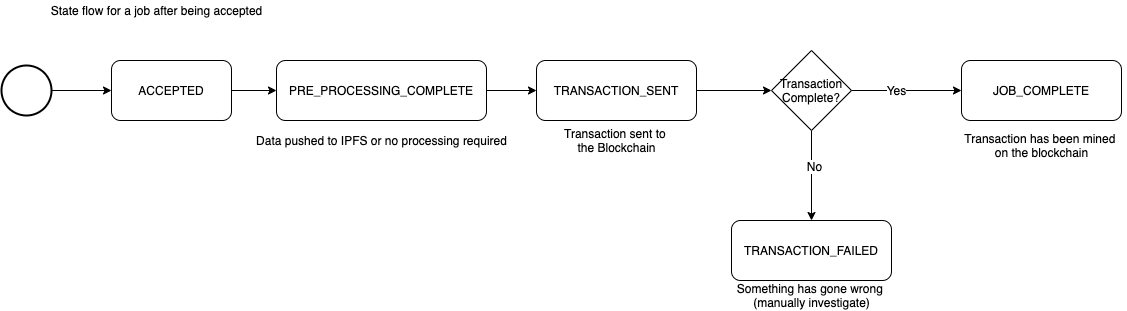
Before: documents/job/Job State Flow.png, a diagram exported from draw.io (blockrockettech/tokenlandia-api). Source tidied: cells renumbered, new cells last; positions are measured from the earlier drawing's top-left corner, leaving out a move shared by most shapes. Its diagram source:
```xml
<mxGraphModel>
  <root>
    <mxCell id="0" />
    <mxCell id="1" parent="0" />
    <mxCell id="2" style="edgeStyle=orthogonalEdgeStyle;rounded=0;jettySize=auto;html=1;entryX=0;entryY=0.5;entryDx=0;entryDy=0;" parent="1" edge="1" source="3" target="5">
      <mxGeometry relative="1" as="geometry" />
    </mxCell>
    <mxCell id="3" value="ACCEPTED" style="rounded=1;whiteSpace=wrap;html=1;" parent="1" vertex="1">
      <mxGeometry x="110" y="60" width="120" height="60" as="geometry" />
    </mxCell>
    <mxCell id="4" style="edgeStyle=orthogonalEdgeStyle;rounded=0;jettySize=auto;html=1;entryX=0;entryY=0.5;entryDx=0;entryDy=0;" parent="1" edge="1" source="5" target="7">
      <mxGeometry relative="1" as="geometry" />
    </mxCell>
    <mxCell id="5" value="PRE_PROCESSING_COMPLETE" style="rounded=1;whiteSpace=wrap;html=1;" parent="1" vertex="1">
      <mxGeometry x="275" y="60" width="210" height="60" as="geometry" />
    </mxCell>
    <mxCell id="6" style="edgeStyle=orthogonalEdgeStyle;rounded=0;jettySize=auto;html=1;entryX=0;entryY=0.5;entryDx=0;entryDy=0;" parent="1" edge="1" source="7" target="19">
      <mxGeometry relative="1" as="geometry" />
    </mxCell>
    <mxCell id="7" value="TRANSACTION_SENT" style="rounded=1;whiteSpace=wrap;html=1;" parent="1" vertex="1">
      <mxGeometry x="535" y="60" width="160" height="60" as="geometry" />
    </mxCell>
    <mxCell id="8" value="State flow for a job after being accepted" style="text;html=1;align=center;verticalAlign=middle;" parent="1" vertex="1">
      <mxGeometry x="40" width="230" height="20" as="geometry" />
    </mxCell>
    <mxCell id="9" value="JOB_COMPLETE" style="rounded=1;whiteSpace=wrap;html=1;" parent="1" vertex="1">
      <mxGeometry x="960" y="60" width="160" height="60" as="geometry" />
    </mxCell>
    <mxCell id="10" style="edgeStyle=orthogonalEdgeStyle;rounded=0;jettySize=auto;html=1;entryX=0;entryY=0.5;entryDx=0;entryDy=0;" parent="1" edge="1" source="11" target="3">
      <mxGeometry relative="1" as="geometry" />
    </mxCell>
    <mxCell id="11" style="strokeWidth=2;html=1;shape=mxgraph.flowchart.start_2;whiteSpace=wrap;" parent="1" vertex="1">
      <mxGeometry y="65" width="50" height="50" as="geometry" />
    </mxCell>
    <mxCell id="12" value="Data pushed to IPFS or no processing required" style="text;html=1;align=center;verticalAlign=middle;" parent="1" vertex="1">
      <mxGeometry x="245" y="130" width="270" height="20" as="geometry" />
    </mxCell>
    <mxCell id="13" value="Transaction sent to&amp;nbsp;&lt;br&gt;the Blockchain" style="text;html=1;align=center;verticalAlign=middle;" parent="1" vertex="1">
      <mxGeometry x="555" y="125" width="120" height="30" as="geometry" />
    </mxCell>
    <mxCell id="14" value="TRANSACTION_FAILED" style="rounded=1;whiteSpace=wrap;html=1;" parent="1" vertex="1">
      <mxGeometry x="730" y="220" width="160" height="60" as="geometry" />
    </mxCell>
    <mxCell id="15" style="edgeStyle=orthogonalEdgeStyle;rounded=0;jettySize=auto;html=1;entryX=0.5;entryY=0;entryDx=0;entryDy=0;" parent="1" edge="1" source="19" target="14">
      <mxGeometry relative="1" as="geometry" />
    </mxCell>
    <mxCell id="16" value="No" style="text;html=1;align=center;verticalAlign=middle;labelBackgroundColor=#ffffff;" parent="15" vertex="1">
      <mxGeometry x="-0.22" y="2" relative="1" as="geometry" />
    </mxCell>
    <mxCell id="17" style="edgeStyle=orthogonalEdgeStyle;rounded=0;jettySize=auto;html=1;entryX=0;entryY=0.5;entryDx=0;entryDy=0;" parent="1" edge="1" source="19" target="9">
      <mxGeometry relative="1" as="geometry" />
    </mxCell>
    <mxCell id="18" value="Yes" style="text;html=1;align=center;verticalAlign=middle;labelBackgroundColor=#ffffff;" parent="17" vertex="1">
      <mxGeometry x="-0.2" y="1" relative="1" as="geometry" />
    </mxCell>
    <mxCell id="19" value="Transaction Complete?" style="rhombus;whiteSpace=wrap;html=1;" parent="1" vertex="1">
      <mxGeometry x="770" y="50" width="80" height="80" as="geometry" />
    </mxCell>
    <mxCell id="20" value="Something has gone wrong&amp;nbsp;&lt;br&gt;(manually investigate)" style="text;html=1;align=center;verticalAlign=middle;" parent="1" vertex="1">
      <mxGeometry x="730" y="280" width="160" height="30" as="geometry" />
    </mxCell>
    <mxCell id="21" value="Transaction has been mined&amp;nbsp;&lt;br&gt;on the blockchain" style="text;html=1;align=center;verticalAlign=middle;" parent="1" vertex="1">
      <mxGeometry x="955" y="130" width="170" height="30" as="geometry" />
    </mxCell>
  </root>
</mxGraphModel>
```
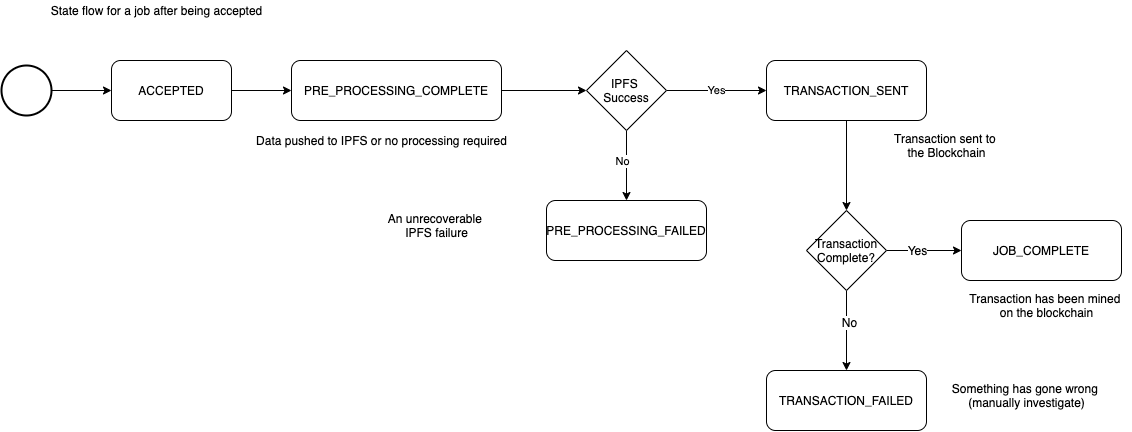
After the commit.

The edit, as a diff of the source:
```diff
@@ -8,23 +8,23 @@
     <mxCell id="3" value="ACCEPTED" style="rounded=1;whiteSpace=wrap;html=1;" parent="1" vertex="1">
       <mxGeometry x="110" y="60" width="120" height="60" as="geometry" />
     </mxCell>
-    <mxCell id="4" style="edgeStyle=orthogonalEdgeStyle;rounded=0;jettySize=auto;html=1;entryX=0;entryY=0.5;entryDx=0;entryDy=0;" parent="1" edge="1" source="5" target="7">
+    <mxCell id="4" style="edgeStyle=orthogonalEdgeStyle;rounded=0;jettySize=auto;html=1;entryX=0;entryY=0.5;entryDx=0;entryDy=0;" parent="1" edge="1" source="5" target="25">
       <mxGeometry relative="1" as="geometry" />
     </mxCell>
     <mxCell id="5" value="PRE_PROCESSING_COMPLETE" style="rounded=1;whiteSpace=wrap;html=1;" parent="1" vertex="1">
-      <mxGeometry x="275" y="60" width="210" height="60" as="geometry" />
+      <mxGeometry x="290" y="60" width="210" height="60" as="geometry" />
     </mxCell>
-    <mxCell id="6" style="edgeStyle=orthogonalEdgeStyle;rounded=0;jettySize=auto;html=1;entryX=0;entryY=0.5;entryDx=0;entryDy=0;" parent="1" edge="1" source="7" target="19">
+    <mxCell id="6" style="edgeStyle=orthogonalEdgeStyle;rounded=0;jettySize=auto;html=1;entryX=0.5;entryY=0;entryDx=0;entryDy=0;" parent="1" edge="1" source="7" target="19">
       <mxGeometry relative="1" as="geometry" />
     </mxCell>
     <mxCell id="7" value="TRANSACTION_SENT" style="rounded=1;whiteSpace=wrap;html=1;" parent="1" vertex="1">
-      <mxGeometry x="535" y="60" width="160" height="60" as="geometry" />
+      <mxGeometry x="765" y="60" width="160" height="60" as="geometry" />
     </mxCell>
     <mxCell id="8" value="State flow for a job after being accepted" style="text;html=1;align=center;verticalAlign=middle;" parent="1" vertex="1">
       <mxGeometry x="40" width="230" height="20" as="geometry" />
     </mxCell>
     <mxCell id="9" value="JOB_COMPLETE" style="rounded=1;whiteSpace=wrap;html=1;" parent="1" vertex="1">
-      <mxGeometry x="960" y="60" width="160" height="60" as="geometry" />
+      <mxGeometry x="960" y="220" width="160" height="60" as="geometry" />
     </mxCell>
     <mxCell id="10" style="edgeStyle=orthogonalEdgeStyle;rounded=0;jettySize=auto;html=1;entryX=0;entryY=0.5;entryDx=0;entryDy=0;" parent="1" edge="1" source="11" target="3">
       <mxGeometry relative="1" as="geometry" />
@@ -36,10 +36,10 @@
       <mxGeometry x="245" y="130" width="270" height="20" as="geometry" />
     </mxCell>
     <mxCell id="13" value="Transaction sent to&amp;nbsp;&lt;br&gt;the Blockchain" style="text;html=1;align=center;verticalAlign=middle;" parent="1" vertex="1">
-      <mxGeometry x="555" y="125" width="120" height="30" as="geometry" />
+      <mxGeometry x="885" y="130" width="120" height="30" as="geometry" />
     </mxCell>
     <mxCell id="14" value="TRANSACTION_FAILED" style="rounded=1;whiteSpace=wrap;html=1;" parent="1" vertex="1">
-      <mxGeometry x="730" y="220" width="160" height="60" as="geometry" />
+      <mxGeometry x="765" y="370" width="160" height="60" as="geometry" />
     </mxCell>
     <mxCell id="15" style="edgeStyle=orthogonalEdgeStyle;rounded=0;jettySize=auto;html=1;entryX=0.5;entryY=0;entryDx=0;entryDy=0;" parent="1" edge="1" source="19" target="14">
       <mxGeometry relative="1" as="geometry" />
@@ -54,13 +54,31 @@
       <mxGeometry x="-0.2" y="1" relative="1" as="geometry" />
     </mxCell>
     <mxCell id="19" value="Transaction Complete?" style="rhombus;whiteSpace=wrap;html=1;" parent="1" vertex="1">
-      <mxGeometry x="770" y="50" width="80" height="80" as="geometry" />
+      <mxGeometry x="805" y="210" width="80" height="80" as="geometry" />
     </mxCell>
     <mxCell id="20" value="Something has gone wrong&amp;nbsp;&lt;br&gt;(manually investigate)" style="text;html=1;align=center;verticalAlign=middle;" parent="1" vertex="1">
-      <mxGeometry x="730" y="280" width="160" height="30" as="geometry" />
+      <mxGeometry x="945" y="380" width="160" height="30" as="geometry" />
     </mxCell>
     <mxCell id="21" value="Transaction has been mined&amp;nbsp;&lt;br&gt;on the blockchain" style="text;html=1;align=center;verticalAlign=middle;" parent="1" vertex="1">
-      <mxGeometry x="955" y="130" width="170" height="30" as="geometry" />
+      <mxGeometry x="960" y="290" width="170" height="30" as="geometry" />
     </mxCell>
+    <mxCell id="22" value="Yes" style="edgeStyle=orthogonalEdgeStyle;rounded=0;jettySize=auto;html=1;" parent="1" edge="1" source="25" target="7">
+      <mxGeometry relative="1" as="geometry" />
+    </mxCell>
+    <mxCell id="23" style="edgeStyle=orthogonalEdgeStyle;rounded=0;jettySize=auto;html=1;entryX=0.5;entryY=0;entryDx=0;entryDy=0;" parent="1" edge="1" source="25" target="26">
+      <mxGeometry relative="1" as="geometry" />
+    </mxCell>
+    <mxCell id="24" value="No" style="edgeLabel;html=1;align=center;verticalAlign=middle;" parent="23" vertex="1">
+      <mxGeometry x="-0.16" y="-5" relative="1" as="geometry" />
+    </mxCell>
+    <mxCell id="25" value="IPFS &lt;br&gt;Success" style="rhombus;whiteSpace=wrap;html=1;" parent="1" vertex="1">
+      <mxGeometry x="585" y="50" width="80" height="80" as="geometry" />
+    </mxCell>
+    <mxCell id="26" value="PRE_PROCESSING_FAILED" style="rounded=1;whiteSpace=wrap;html=1;" parent="1" vertex="1">
+      <mxGeometry x="545" y="200" width="160" height="60" as="geometry" />
+    </mxCell>
+    <mxCell id="27" value="An unrecoverable &lt;br&gt;IPFS failure" style="text;html=1;align=center;verticalAlign=middle;" parent="1" vertex="1">
+      <mxGeometry x="380" y="210" width="110" height="30" as="geometry" />
+    </mxCell>
   </root>
 </mxGraphModel>
```
